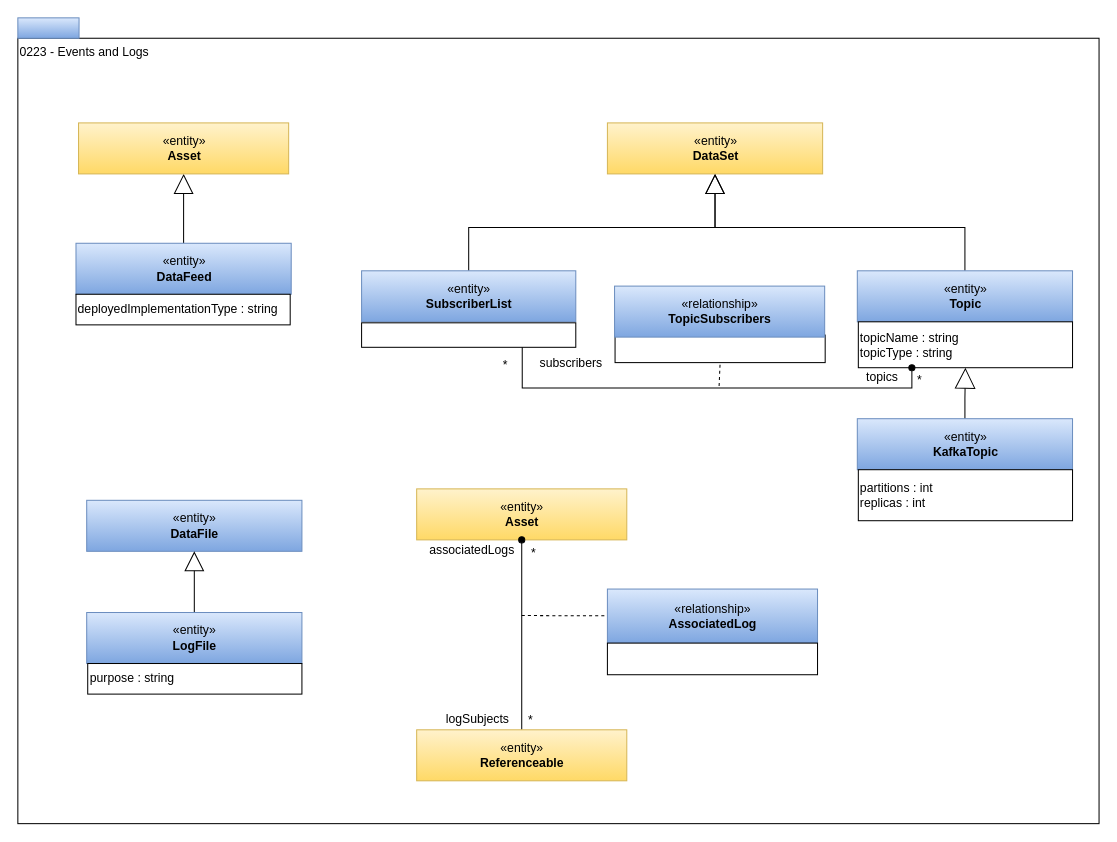
odpi/egeria-docs keeps this draw.io diagram as page "0223-Events-and-Logs" (12 of 24) of site/docs/types/2/area-2-assets.drawio. Above is the earlier version. Source tidied: cells renumbered, new cells numbered last; positions are measured from the earlier drawing's top-left corner, leaving out a move shared by most shapes. Both pictures are drawn from the tidied source at 102%, with x=0, y=0 at pixel (17, 17).
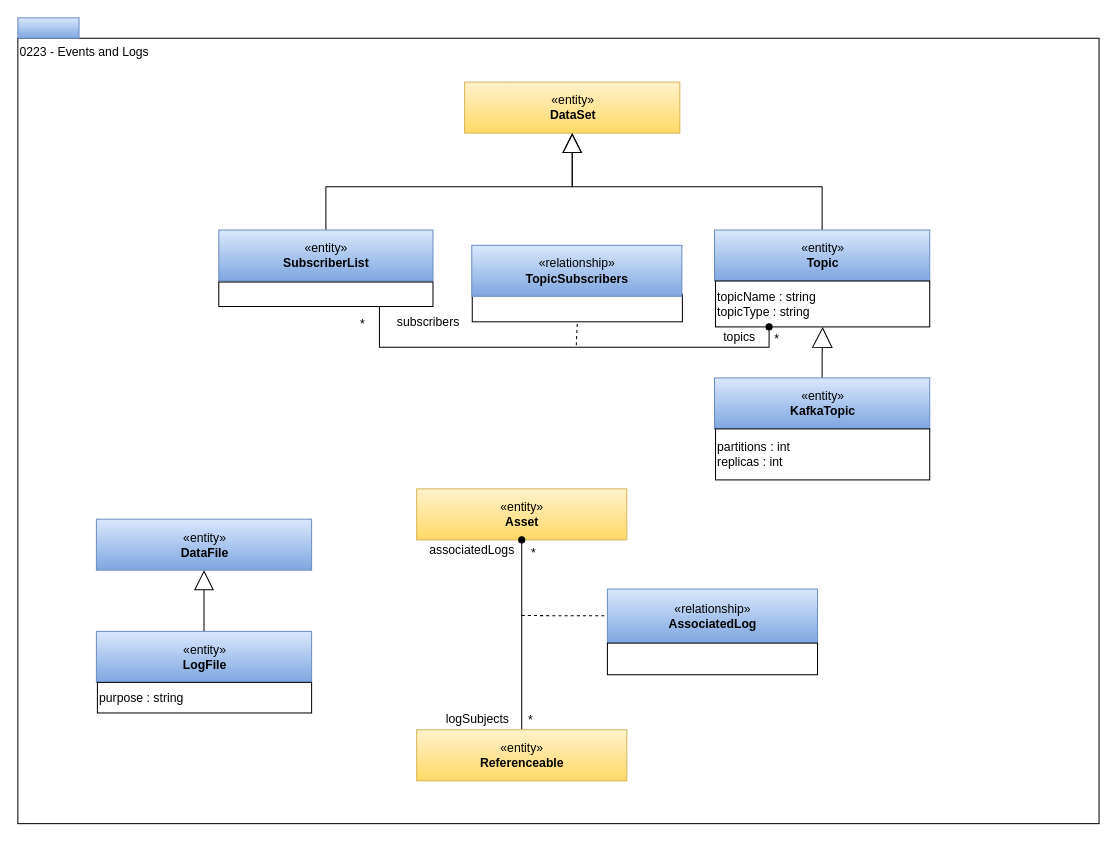
The same diagram, later.

Change to the diagram source:
```diff
@@
     <mxCell id="4" value="«entity»&lt;br&gt;&lt;b&gt;DataFile&lt;/b&gt;" style="html=1;strokeColor=#6c8ebf;align=center;fillColor=#dae8fc;gradientColor=#7ea6e0;" parent="1" vertex="1">
-      <mxGeometry x="67.5" y="473" width="211" height="50" as="geometry" />
+      <mxGeometry x="77" y="491.5" width="211" height="50" as="geometry" />
     </mxCell>
@@
     <mxCell id="6" value="«entity»&lt;br&gt;&lt;b&gt;LogFile&lt;/b&gt;" style="html=1;strokeColor=#6c8ebf;align=center;fillColor=#dae8fc;gradientColor=#7ea6e0;" parent="1" vertex="1">
-      <mxGeometry x="67.5" y="583" width="211" height="50" as="geometry" />
+      <mxGeometry x="77" y="601.5" width="211" height="50" as="geometry" />
     </mxCell>
     <mxCell id="7" value="purpose : string" style="rounded=0;whiteSpace=wrap;html=1;strokeColor=#000000;gradientColor=#ffffff;align=left;" parent="1" vertex="1">
-      <mxGeometry x="68.5" y="633" width="210" height="30" as="geometry" />
+      <mxGeometry x="78" y="651.5" width="210" height="30" as="geometry" />
     </mxCell>
@@
     <mxCell id="9" value="«entity»&lt;br&gt;&lt;b&gt;Topic&lt;/b&gt;" style="html=1;strokeColor=#6c8ebf;align=center;fillColor=#dae8fc;gradientColor=#7ea6e0;" parent="1" vertex="1">
-      <mxGeometry x="823" y="248" width="211" height="50" as="geometry" />
+      <mxGeometry x="683" y="208" width="211" height="50" as="geometry" />
     </mxCell>
     <mxCell id="10" value="topicName : string&lt;br&gt;topicType : string" style="rounded=0;whiteSpace=wrap;html=1;strokeColor=#000000;gradientColor=#ffffff;align=left;" parent="1" vertex="1">
-      <mxGeometry x="824" y="298" width="210" height="45" as="geometry" />
+      <mxGeometry x="684" y="258" width="210" height="45" as="geometry" />
     </mxCell>
     <mxCell id="11" value="«entity»&lt;br&gt;&lt;b&gt;DataSet&lt;/b&gt;" style="html=1;strokeColor=#d6b656;align=center;fillColor=#fff2cc;gradientColor=#ffd966;" parent="1" vertex="1">
-      <mxGeometry x="578" y="103" width="211" height="50" as="geometry" />
+      <mxGeometry x="438" y="63" width="211" height="50" as="geometry" />
     </mxCell>
@@
     <mxCell id="13" value="«entity»&lt;br&gt;&lt;b&gt;SubscriberList&lt;/b&gt;" style="html=1;strokeColor=#6c8ebf;align=center;fillColor=#dae8fc;gradientColor=#7ea6e0;" parent="1" vertex="1">
-      <mxGeometry x="337" y="248" width="210" height="50" as="geometry" />
+      <mxGeometry x="197" y="208" width="210" height="50" as="geometry" />
     </mxCell>
     <mxCell id="14" style="rounded=0;whiteSpace=wrap;html=1;strokeColor=#000000;gradientColor=#ffffff;align=left;" parent="1" vertex="1">
-      <mxGeometry x="337" y="299" width="210" height="24" as="geometry" />
+      <mxGeometry x="197" y="259" width="210" height="24" as="geometry" />
     </mxCell>
@@
     <mxCell id="16" style="endArrow=none;dashed=1;html=1;entryX=0.5;entryY=1;entryDx=0;entryDy=0;" parent="1" edge="1" target="17">
       <mxGeometry relative="1" as="geometry">
-        <mxPoint x="687.5" y="361" as="sourcePoint" />
+        <mxPoint x="547.5" y="321" as="sourcePoint" />
       </mxGeometry>
     </mxCell>
     <mxCell id="17" style="rounded=0;whiteSpace=wrap;html=1;strokeColor=#000000;gradientColor=#ffffff;align=left;" parent="1" vertex="1">
-      <mxGeometry x="585.5" y="311" width="206" height="27" as="geometry" />
+      <mxGeometry x="445.5" y="271" width="206" height="27" as="geometry" />
     </mxCell>
     <mxCell id="18" value="«relationship»&lt;br&gt;&lt;b&gt;TopicSubscribers&lt;/b&gt;" style="html=1;strokeColor=#6c8ebf;align=center;fillColor=#dae8fc;gradientColor=#7ea6e0;" parent="1" vertex="1">
-      <mxGeometry x="585" y="263" width="206" height="50" as="geometry" />
+      <mxGeometry x="445" y="223" width="206" height="50" as="geometry" />
     </mxCell>
     <mxCell id="19" value="subscribers" style="text;html=1;align=left;verticalAlign=top;spacingTop=-4;" parent="1" vertex="1">
-      <mxGeometry x="510" y="329" width="80" height="20" as="geometry" />
+      <mxGeometry x="370" y="289" width="80" height="20" as="geometry" />
     </mxCell>
     <mxCell id="20" value="*" style="text;html=1;align=left;verticalAlign=top;spacingTop=-4;" parent="1" vertex="1">
-      <mxGeometry x="474" y="331" width="20" height="20" as="geometry" />
+      <mxGeometry x="334" y="291" width="20" height="20" as="geometry" />
     </mxCell>
     <mxCell id="21" value="topics" style="text;html=1;align=left;verticalAlign=top;spacingTop=-4;" parent="1" vertex="1">
-      <mxGeometry x="830" y="343" width="50" height="20" as="geometry" />
+      <mxGeometry x="690" y="303" width="50" height="20" as="geometry" />
     </mxCell>
     <mxCell id="22" value="*" style="text;html=1;align=left;verticalAlign=top;spacingTop=-4;" parent="1" vertex="1">
-      <mxGeometry x="880" y="345" width="20" height="20" as="geometry" />
+      <mxGeometry x="740" y="305" width="20" height="20" as="geometry" />
     </mxCell>
@@
     <mxCell id="24" value="«entity»&lt;br&gt;&lt;b&gt;KafkaTopic&lt;/b&gt;" style="html=1;strokeColor=#6c8ebf;align=center;fillColor=#dae8fc;gradientColor=#7ea6e0;" parent="1" vertex="1">
-      <mxGeometry x="823" y="393" width="211" height="50" as="geometry" />
+      <mxGeometry x="683" y="353" width="211" height="50" as="geometry" />
     </mxCell>
     <mxCell id="25" value="partitions : int&lt;br&gt;replicas : int" style="rounded=0;whiteSpace=wrap;html=1;strokeColor=#000000;gradientColor=#ffffff;align=left;" parent="1" vertex="1">
-      <mxGeometry x="824" y="443" width="210" height="50" as="geometry" />
+      <mxGeometry x="684" y="403" width="210" height="50" as="geometry" />
     </mxCell>
@@
-    <mxCell id="36" style="edgeStyle=orthogonalEdgeStyle;rounded=0;jettySize=auto;html=1;endArrow=block;endFill=0;endSize=17;" parent="1" edge="1" source="37" target="38">
-      <mxGeometry relative="1" as="geometry" />
-    </mxCell>
-    <mxCell id="37" value="«entity»&lt;br&gt;&lt;b&gt;DataFeed&lt;/b&gt;" style="html=1;strokeColor=#6c8ebf;align=center;fillColor=#dae8fc;gradientColor=#7ea6e0;" parent="1" vertex="1">
-      <mxGeometry x="57" y="221" width="211" height="50" as="geometry" />
-    </mxCell>
-    <mxCell id="38" value="«entity»&lt;br&gt;&lt;b&gt;Asset&lt;/b&gt;" style="html=1;strokeColor=#d6b656;align=center;fillColor=#fff2cc;gradientColor=#ffd966;" parent="1" vertex="1">
-      <mxGeometry x="59.5" y="103" width="206" height="50" as="geometry" />
-    </mxCell>
-    <mxCell id="39" value="deployedImplementationType : string" style="rounded=0;whiteSpace=wrap;html=1;strokeColor=#000000;gradientColor=#ffffff;align=left;" parent="1" vertex="1">
-      <mxGeometry x="57" y="271" width="210" height="30" as="geometry" />
-    </mxCell>
```
